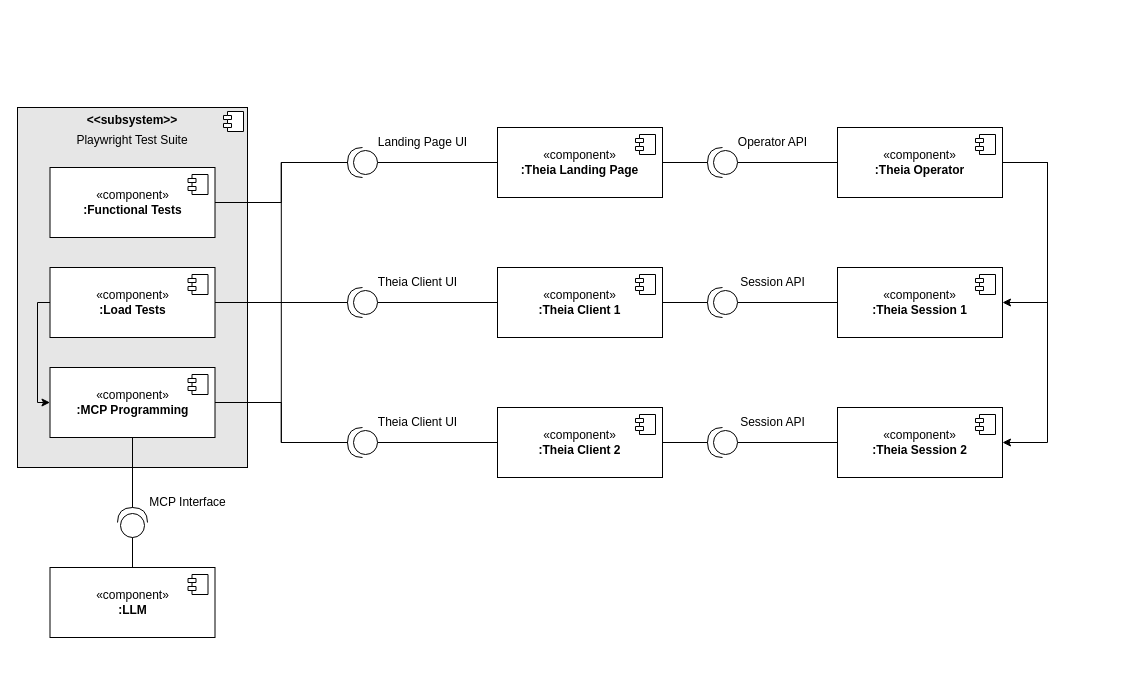
Earlier version of the draw.io diagram figures/proposal/Component_Diagram.drawio (tobikli/ba-thesis). Source tidied: cells renumbered, new cells numbered last; positions are measured from the earlier drawing's top-left corner, leaving out a move shared by most shapes. Both pictures are drawn from the tidied source at 100%, with x=0, y=0 at pixel (17, 107).
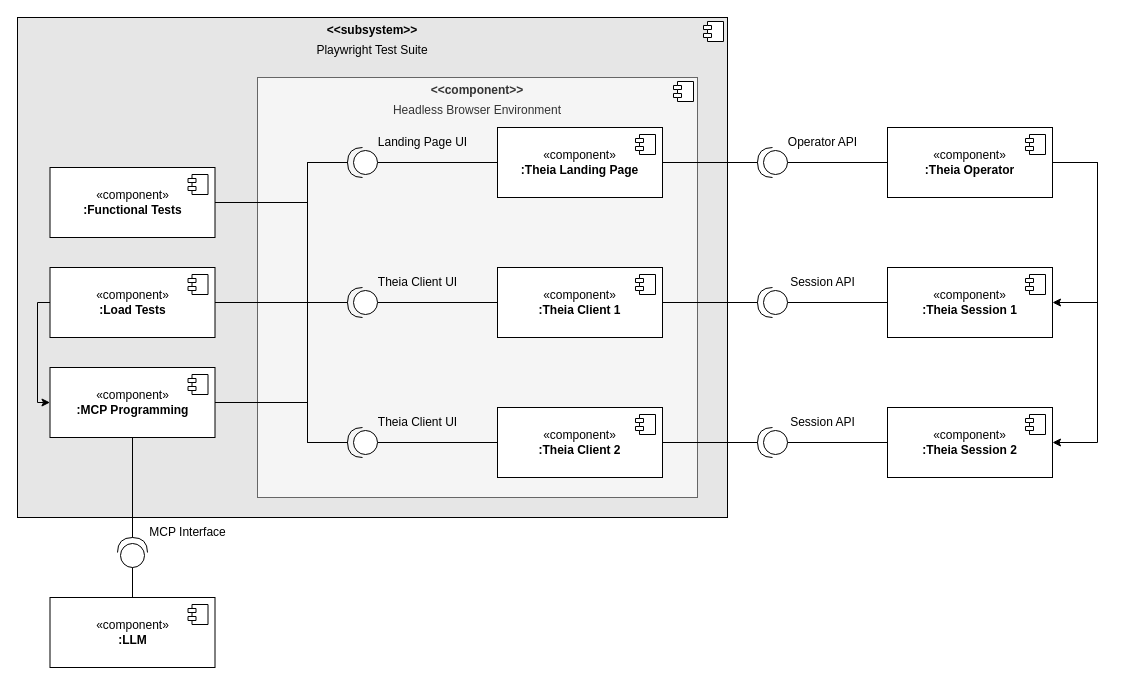
The same page after the edit.

Unchanged cells that the change refers to:
```xml
<mxCell id="5" value="«component»&lt;br&gt;&lt;b&gt;:Functional Tests&lt;/b&gt;" style="html=1;whiteSpace=wrap;" parent="1" vertex="1">
  <mxGeometry x="32.5" y="60" width="165" height="70" as="geometry" />
</mxCell>
<mxCell id="8" value="«component»&lt;br&gt;&lt;b&gt;:Load Tests&lt;/b&gt;" style="html=1;whiteSpace=wrap;" parent="1" vertex="1">
  <mxGeometry x="32.5" y="160" width="165" height="70" as="geometry" />
</mxCell>
<mxCell id="11" value="«component»&lt;br&gt;&lt;b&gt;:MCP Programming&lt;/b&gt;" style="html=1;whiteSpace=wrap;" parent="1" vertex="1">
  <mxGeometry x="32.5" y="260" width="165" height="70" as="geometry" />
</mxCell>
<mxCell id="21" style="shape=providedRequiredInterface;html=1;verticalLabelPosition=bottom;sketch=0;direction=west;" parent="1" vertex="1">
  <mxGeometry x="330" y="40" width="30" height="30" as="geometry" />
</mxCell>
<mxCell id="27" style="shape=providedRequiredInterface;html=1;verticalLabelPosition=bottom;sketch=0;direction=west;" parent="1" vertex="1">
  <mxGeometry x="330" y="320" width="30" height="30" as="geometry" />
</mxCell>
```

The edit, as a diff of the source:
```diff
@@
     <mxCell id="2" value="&lt;p style=&quot;margin:0px;margin-top:6px;text-align:center;&quot;&gt;&lt;b&gt;&amp;lt;&amp;lt;subsystem&amp;gt;&amp;gt;&lt;/b&gt;&lt;/p&gt;&lt;p style=&quot;margin:0px;margin-top:6px;text-align:center;&quot;&gt;Playwright Test Suite&lt;/p&gt;" style="align=left;overflow=fill;html=1;whiteSpace=wrap;fillColor=#E6E6E6;" parent="1" vertex="1">
-      <mxGeometry width="230" height="360" as="geometry" />
+      <mxGeometry y="-90" width="710" height="500" as="geometry" />
     </mxCell>
@@
+    <mxCell id="58" value="&lt;p style=&quot;margin:0px;margin-top:6px;text-align:center;&quot;&gt;&lt;b&gt;&amp;lt;&amp;lt;component&amp;gt;&amp;gt;&lt;/b&gt;&lt;/p&gt;&lt;p style=&quot;margin:0px;margin-top:6px;text-align:center;&quot;&gt;Headless Browser Environment&lt;/p&gt;" style="align=left;overflow=fill;html=1;whiteSpace=wrap;fillColor=#f5f5f5;strokeColor=#666666;fontColor=#333333;" parent="1" vertex="1">
+      <mxGeometry x="240" y="-30" width="440" height="420" as="geometry" />
+    </mxCell>
+    <mxCell id="59" style="shape=component;jettyWidth=8;jettyHeight=4;" parent="58" vertex="1">
+      <mxGeometry x="1" width="20" height="20" relative="1" as="geometry">
+        <mxPoint x="-24" y="4" as="offset" />
+      </mxGeometry>
+    </mxCell>
     <mxCell id="4" style="edgeStyle=orthogonalEdgeStyle;rounded=0;jettySize=auto;html=1;endArrow=none;startFill=0;" parent="1" edge="1" source="5" target="21">
-      <mxGeometry relative="1" as="geometry" />
+      <mxGeometry relative="1" as="geometry">
+        <Array as="points">
+          <mxPoint x="290" y="95" />
+          <mxPoint x="290" y="55" />
+        </Array>
+      </mxGeometry>
     </mxCell>
@@
     <mxCell id="10" style="edgeStyle=orthogonalEdgeStyle;rounded=0;jettySize=auto;html=1;endArrow=none;startFill=0;" parent="1" edge="1" source="11" target="27">
-      <mxGeometry relative="1" as="geometry" />
+      <mxGeometry relative="1" as="geometry">
+        <Array as="points">
+          <mxPoint x="290" y="295" />
+          <mxPoint x="290" y="335" />
+        </Array>
+      </mxGeometry>
     </mxCell>
@@
     <mxCell id="13" style="ellipse;whiteSpace=wrap;html=1;align=center;fillColor=none;strokeColor=none;perimeter=centerPerimeter;" parent="1" vertex="1">
-      <mxGeometry x="100" y="440" width="10" height="10" as="geometry" />
+      <mxGeometry x="100" y="470" width="10" height="10" as="geometry" />
     </mxCell>
     <mxCell id="14" style="shape=providedRequiredInterface;html=1;verticalLabelPosition=bottom;sketch=0;direction=north;" parent="1" vertex="1">
-      <mxGeometry x="100" y="400" width="30" height="30" as="geometry" />
+      <mxGeometry x="100" y="430" width="30" height="30" as="geometry" />
     </mxCell>
@@
     <mxCell id="16" value="MCP Interface" style="text;html=1;align=center;verticalAlign=middle;strokeColor=none;fillColor=none;" parent="1" vertex="1">
-      <mxGeometry x="120" y="380" width="100" height="30" as="geometry" />
+      <mxGeometry x="120" y="410" width="100" height="30" as="geometry" />
     </mxCell>
@@
     <mxCell id="18" value="«component»&lt;br&gt;&lt;b&gt;:LLM&lt;/b&gt;" style="html=1;whiteSpace=wrap;" parent="1" vertex="1">
-      <mxGeometry x="32.5" y="460" width="165" height="70" as="geometry" />
+      <mxGeometry x="32.5" y="490" width="165" height="70" as="geometry" />
     </mxCell>
@@
     <mxCell id="38" style="edgeStyle=orthogonalEdgeStyle;rounded=0;jettySize=auto;html=1;entryX=1;entryY=0.5;entryDx=0;entryDy=0;exitX=1;exitY=0.5;exitDx=0;exitDy=0;" parent="1" edge="1" source="40" target="54">
       <mxGeometry relative="1" as="geometry">
         <Array as="points">
-          <mxPoint x="1030" y="55" />
-          <mxPoint x="1030" y="195" />
+          <mxPoint x="1080" y="55" />
+          <mxPoint x="1080" y="195" />
         </Array>
       </mxGeometry>
     </mxCell>
     <mxCell id="39" style="edgeStyle=orthogonalEdgeStyle;rounded=0;jettySize=auto;html=1;entryX=1;entryY=0.5;entryDx=0;entryDy=0;exitX=1;exitY=0.5;exitDx=0;exitDy=0;" parent="1" edge="1" source="40" target="56">
       <mxGeometry relative="1" as="geometry">
         <Array as="points">
-          <mxPoint x="1030" y="55" />
-          <mxPoint x="1030" y="335" />
+          <mxPoint x="1080" y="55" />
+          <mxPoint x="1080" y="335" />
         </Array>
       </mxGeometry>
     </mxCell>
     <mxCell id="40" value="«component»&lt;br&gt;&lt;b&gt;:Theia Operator&lt;/b&gt;" style="html=1;whiteSpace=wrap;" parent="1" vertex="1">
-      <mxGeometry x="820" y="20" width="165" height="70" as="geometry" />
+      <mxGeometry x="870" y="20" width="165" height="70" as="geometry" />
     </mxCell>
@@
     <mxCell id="43" style="edgeStyle=orthogonalEdgeStyle;rounded=0;jettySize=auto;html=1;entryX=1;entryY=0.5;entryDx=0;entryDy=0;entryPerimeter=0;endArrow=none;startFill=0;" parent="1" edge="1" source="8" target="27">
-      <mxGeometry relative="1" as="geometry" />
+      <mxGeometry relative="1" as="geometry">
+        <Array as="points">
+          <mxPoint x="290" y="195" />
+          <mxPoint x="290" y="335" />
+        </Array>
+      </mxGeometry>
     </mxCell>
     <mxCell id="44" style="edgeStyle=orthogonalEdgeStyle;rounded=0;jettySize=auto;html=1;entryX=1;entryY=0.5;entryDx=0;entryDy=0;entryPerimeter=0;endArrow=none;startFill=0;" parent="1" edge="1" source="8" target="21">
-      <mxGeometry relative="1" as="geometry" />
+      <mxGeometry relative="1" as="geometry">
+        <Array as="points">
+          <mxPoint x="290" y="195" />
+          <mxPoint x="290" y="55" />
+        </Array>
+      </mxGeometry>
     </mxCell>
@@
     <mxCell id="46" style="shape=providedRequiredInterface;html=1;verticalLabelPosition=bottom;sketch=0;direction=west;" parent="1" vertex="1">
-      <mxGeometry x="690" y="40" width="30" height="30" as="geometry" />
+      <mxGeometry x="740" y="40" width="30" height="30" as="geometry" />
     </mxCell>
     <mxCell id="47" value="Operator API" style="text;html=1;align=center;verticalAlign=middle;strokeColor=none;fillColor=none;" parent="1" vertex="1">
-      <mxGeometry x="710" y="20" width="90" height="30" as="geometry" />
+      <mxGeometry x="760" y="20" width="90" height="30" as="geometry" />
     </mxCell>
@@
     <mxCell id="49" style="shape=providedRequiredInterface;html=1;verticalLabelPosition=bottom;sketch=0;direction=west;" parent="1" vertex="1">
-      <mxGeometry x="690" y="180" width="30" height="30" as="geometry" />
+      <mxGeometry x="740" y="180" width="30" height="30" as="geometry" />
     </mxCell>
     <mxCell id="50" value="Session API" style="text;html=1;align=center;verticalAlign=middle;strokeColor=none;fillColor=none;" parent="1" vertex="1">
-      <mxGeometry x="710" y="160" width="90" height="30" as="geometry" />
+      <mxGeometry x="760" y="160" width="90" height="30" as="geometry" />
     </mxCell>
@@
     <mxCell id="52" style="shape=providedRequiredInterface;html=1;verticalLabelPosition=bottom;sketch=0;direction=west;" parent="1" vertex="1">
-      <mxGeometry x="690" y="320" width="30" height="30" as="geometry" />
+      <mxGeometry x="740" y="320" width="30" height="30" as="geometry" />
     </mxCell>
     <mxCell id="53" value="Session API" style="text;html=1;align=center;verticalAlign=middle;strokeColor=none;fillColor=none;" parent="1" vertex="1">
-      <mxGeometry x="710" y="300" width="90" height="30" as="geometry" />
+      <mxGeometry x="760" y="300" width="90" height="30" as="geometry" />
     </mxCell>
     <mxCell id="54" value="«component»&lt;br&gt;&lt;b&gt;:Theia Session 1&lt;/b&gt;" style="html=1;whiteSpace=wrap;" parent="1" vertex="1">
-      <mxGeometry x="820" y="160" width="165" height="70" as="geometry" />
+      <mxGeometry x="870" y="160" width="165" height="70" as="geometry" />
     </mxCell>
@@
     <mxCell id="56" value="«component»&lt;br&gt;&lt;b&gt;:Theia Session 2&lt;/b&gt;" style="html=1;whiteSpace=wrap;" parent="1" vertex="1">
-      <mxGeometry x="820" y="300" width="165" height="70" as="geometry" />
+      <mxGeometry x="870" y="300" width="165" height="70" as="geometry" />
     </mxCell>
```
